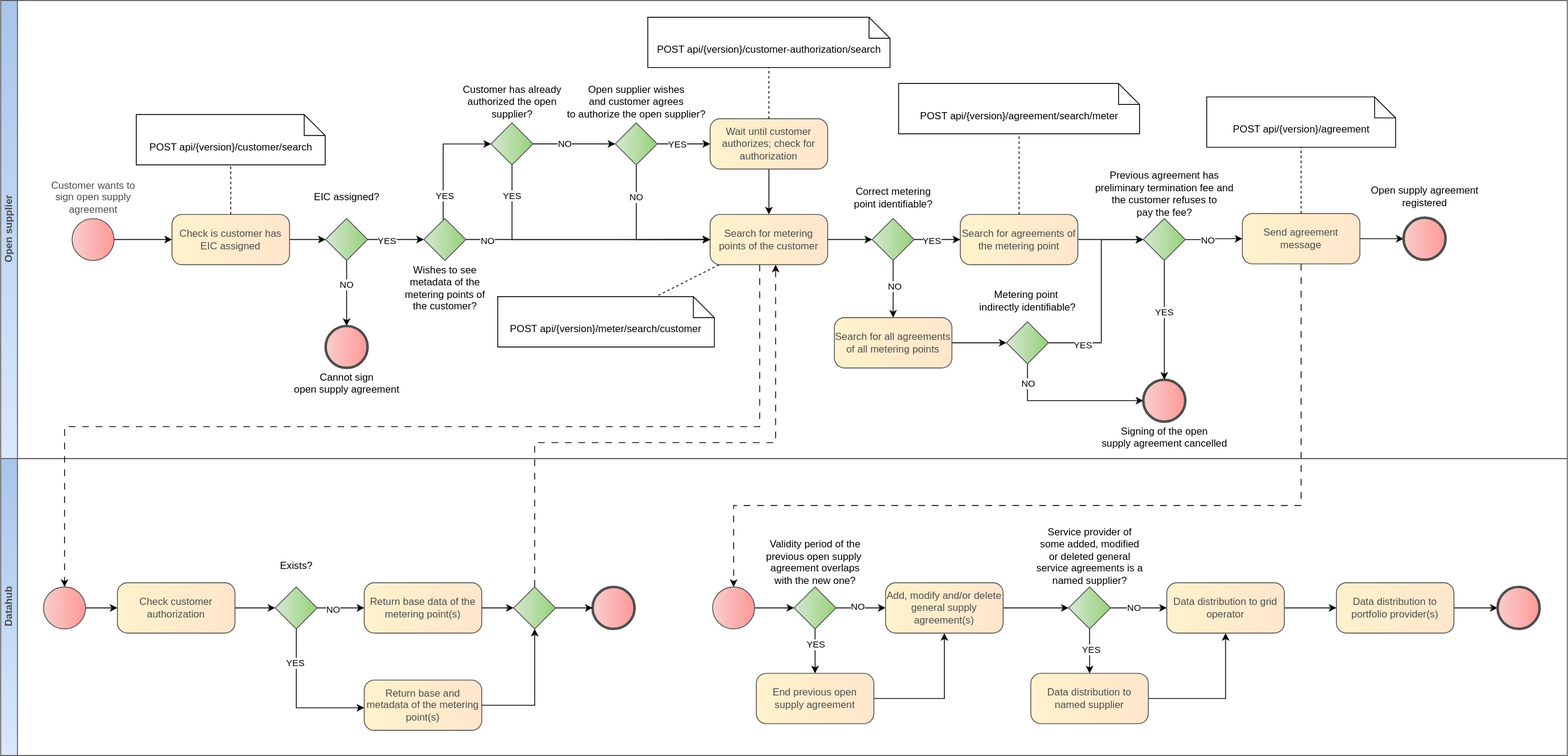
Earlier version of the draw.io export diagrams/agreement-management/register-new-open-supply-agreement.svg (Elering/estfeed-datahub-docs). Source tidied: cells renumbered, new cells last; positions are measured from the earlier drawing's top-left corner, leaving out a move shared by most shapes.
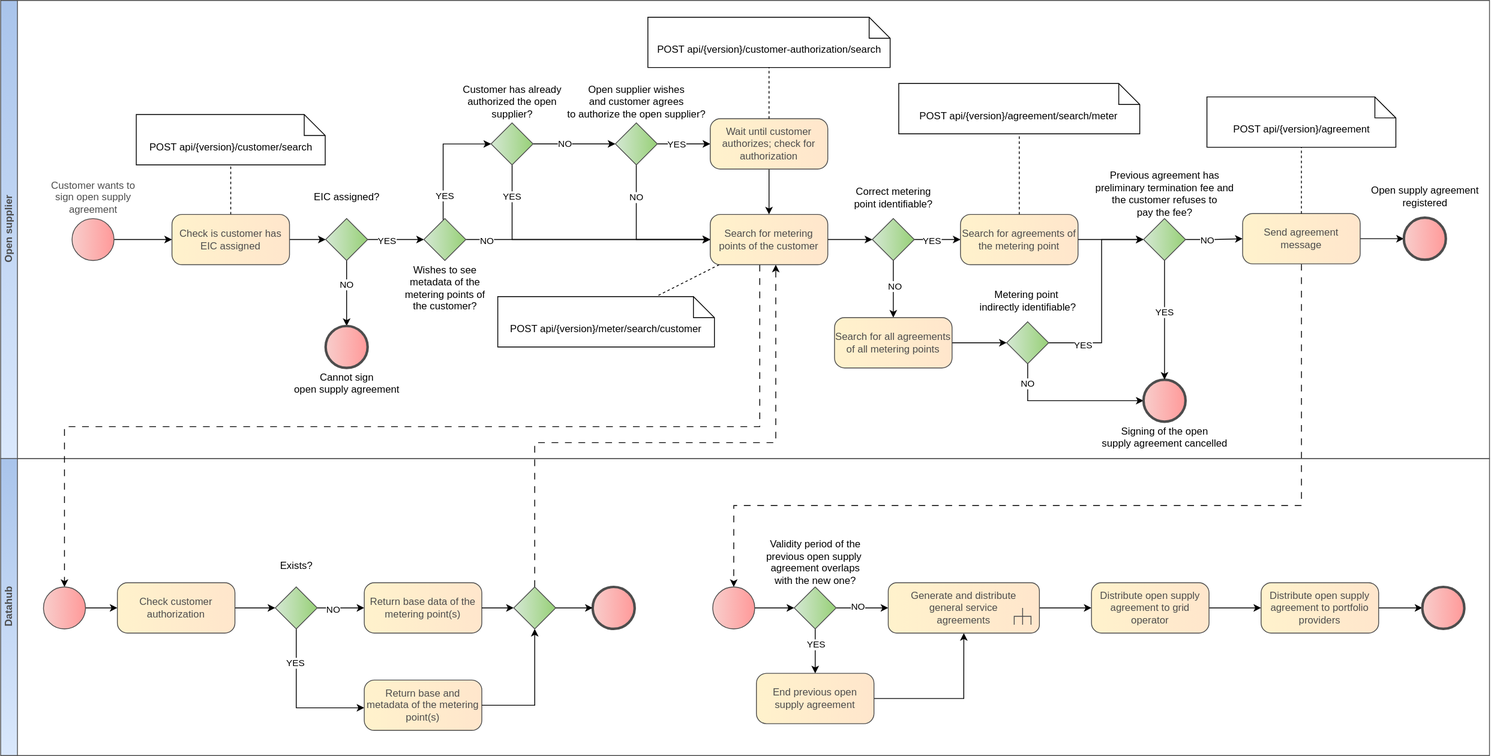
Later version of the same file.

Commit message:
1) Added general service generation process and refactored some other processes 2) Added process for exhanging customer's billing metadada

Diff of the diagram source:
```diff
@@ -38,20 +38,11 @@
       <mxGeometry x="1479" y="254" width="140" height="60" as="geometry" />
     </mxCell>
     <mxCell id="12" value="Open supplier" style="swimlane;html=1;horizontal=0;startSize=20;strokeColor=#4D4D4D;fillColor=#dae8fc;fontColor=#4D4D4D;gradientColor=#A9C4EB;gradientDirection=north;rotation=0;" parent="1" vertex="1">
-      <mxGeometry width="1866" height="546" as="geometry" />
+      <mxGeometry width="1773" height="546" as="geometry" />
     </mxCell>
     <mxCell id="13" value="Datahub" style="swimlane;html=1;horizontal=0;startSize=20;strokeColor=#4D4D4D;fillColor=#dae8fc;fontColor=#4D4D4D;gradientColor=#A9C4EB;gradientDirection=north;rotation=0;" parent="1" vertex="1">
-      <mxGeometry y="546" width="1866" height="354" as="geometry" />
+      <mxGeometry y="546" width="1773" height="354" as="geometry" />
     </mxCell>
-    <mxCell id="14" style="points=[[0.145,0.145,0],[0.5,0,0],[0.855,0.145,0],[1,0.5,0],[0.855,0.855,0],[0.5,1,0],[0.145,0.855,0],[0,0.5,0]];shape=mxgraph.bpmn.event;html=1;verticalLabelPosition=top;labelBackgroundColor=#ffffff;verticalAlign=middle;align=center;perimeter=ellipsePerimeter;outlineConnect=0;outline=end;symbol=terminate2;fontFamily=Helvetica;fontSize=12;fontColor=#000000;fillColor=#f8cecc;strokeColor=#4D4D4D;rounded=1;shadow=0;strokeWidth=1;gradientColor=#FF9999;gradientDirection=east;spacing=0;spacingTop=0;spacingLeft=0;spacingBottom=0;labelPosition=center;" parent="13" vertex="1">
-      <mxGeometry x="705" y="153" width="50" height="50" as="geometry" />
-    </mxCell>
-    <mxCell id="15" style="points=[[0.25,0.25,0],[0.5,0,0],[0.75,0.25,0],[1,0.5,0],[0.75,0.75,0],[0.5,1,0],[0.25,0.75,0],[0,0.5,0]];shape=mxgraph.bpmn.gateway2;html=1;verticalLabelPosition=top;labelBackgroundColor=#ffffff;verticalAlign=middle;align=center;perimeter=rhombusPerimeter;outlineConnect=0;outline=none;symbol=none;fontFamily=Helvetica;fontSize=12;fontColor=#000000;fillColor=#D5E8D4;strokeColor=#4D4D4D;rounded=0;shadow=0;gradientColor=#97D077;gradientDirection=east;spacing=0;labelPosition=center;" parent="13" vertex="1">
-      <mxGeometry x="611" y="153" width="50" height="50" as="geometry" />
-    </mxCell>
-    <mxCell id="16" style="edgeStyle=orthogonalEdgeStyle;rounded=0;jettySize=auto;html=1;" parent="13" edge="1" source="15" target="14">
-      <mxGeometry relative="1" as="geometry" />
-    </mxCell>
     <mxCell id="17" value="Open supply agreement&lt;br&gt;registered" style="points=[[0.145,0.145,0],[0.5,0,0],[0.855,0.145,0],[1,0.5,0],[0.855,0.855,0],[0.5,1,0],[0.145,0.855,0],[0,0.5,0]];shape=mxgraph.bpmn.event;html=1;verticalLabelPosition=top;labelBackgroundColor=#ffffff;verticalAlign=middle;align=center;perimeter=ellipsePerimeter;outlineConnect=0;outline=end;symbol=terminate2;fontFamily=Helvetica;fontSize=12;fontColor=#000000;fillColor=#f8cecc;strokeColor=#4D4D4D;rounded=1;shadow=0;strokeWidth=1;gradientColor=#FF9999;gradientDirection=east;spacing=0;spacingTop=0;spacingLeft=0;spacingBottom=0;labelPosition=center;" parent="1" vertex="1">
       <mxGeometry x="1671" y="259" width="50" height="50" as="geometry" />
     </mxCell>
@@ -298,7 +289,7 @@
     <mxCell id="85" value="YES" style="edgeLabel;html=1;align=center;verticalAlign=middle;" parent="84" vertex="1">
       <mxGeometry x="-0.28" relative="1" as="geometry" />
     </mxCell>
-    <mxCell id="86" style="edgeStyle=orthogonalEdgeStyle;rounded=0;jettySize=auto;html=1;" parent="1" edge="1" source="88" target="92">
+    <mxCell id="86" style="edgeStyle=orthogonalEdgeStyle;rounded=0;jettySize=auto;html=1;entryX=0;entryY=0.5;entryDx=0;entryDy=0;entryPerimeter=0;" parent="1" edge="1" source="88" target="109">
       <mxGeometry relative="1" as="geometry" />
     </mxCell>
     <mxCell id="87" value="NO" style="edgeLabel;html=1;align=center;verticalAlign=middle;" parent="86" vertex="1">
@@ -307,53 +298,26 @@
     <mxCell id="88" value="Validity period of the&lt;br&gt;previous open supply&amp;nbsp;&lt;br&gt;agreement overlaps&lt;br&gt;with the new one?" style="points=[[0.25,0.25,0],[0.5,0,0],[0.75,0.25,0],[1,0.5,0],[0.75,0.75,0],[0.5,1,0],[0.25,0.75,0],[0,0.5,0]];shape=mxgraph.bpmn.gateway2;html=1;verticalLabelPosition=top;labelBackgroundColor=#ffffff;verticalAlign=bottom;align=center;perimeter=rhombusPerimeter;outlineConnect=0;outline=none;symbol=none;fontFamily=Helvetica;fontSize=12;fontColor=#000000;fillColor=#D5E8D4;strokeColor=#4D4D4D;rounded=0;shadow=0;gradientColor=#97D077;gradientDirection=east;spacing=0;labelPosition=center;" parent="1" vertex="1">
       <mxGeometry x="945" y="699" width="50" height="50" as="geometry" />
     </mxCell>
-    <mxCell id="89" style="edgeStyle=orthogonalEdgeStyle;rounded=0;jettySize=auto;html=1;" parent="1" edge="1" source="90" target="92">
+    <mxCell id="89" style="edgeStyle=orthogonalEdgeStyle;rounded=0;jettySize=auto;html=1;entryX=0.5;entryY=1;entryDx=0;entryDy=0;entryPerimeter=0;" parent="1" edge="1" source="90" target="109">
       <mxGeometry relative="1" as="geometry" />
     </mxCell>
     <mxCell id="90" value="End previous open supply agreement" style="rounded=1;whiteSpace=wrap;html=1;arcSize=20;fillColor=#fff2cc;strokeColor=#4D4D4D;shadow=0;fontColor=#4D4D4D;gradientColor=#FFE6CC;gradientDirection=east;glass=0;backgroundOutline=0;enumerate=0;labelBackgroundColor=none;labelBorderColor=none;strokeWidth=1;" parent="1" vertex="1">
       <mxGeometry x="900" y="802" width="140" height="60" as="geometry" />
     </mxCell>
-    <mxCell id="91" style="edgeStyle=orthogonalEdgeStyle;rounded=0;jettySize=auto;html=1;" parent="1" edge="1" source="92" target="97">
-      <mxGeometry relative="1" as="geometry" />
-    </mxCell>
-    <mxCell id="92" value="Add, modify and/or delete general supply agreement(s)" style="rounded=1;whiteSpace=wrap;html=1;arcSize=20;fillColor=#fff2cc;strokeColor=#4D4D4D;shadow=0;fontColor=#4D4D4D;gradientColor=#FFE6CC;gradientDirection=east;glass=0;backgroundOutline=0;enumerate=0;labelBackgroundColor=none;labelBorderColor=none;strokeWidth=1;" parent="1" vertex="1">
-      <mxGeometry x="1054" y="694" width="140" height="60" as="geometry" />
-    </mxCell>
-    <mxCell id="93" style="edgeStyle=orthogonalEdgeStyle;rounded=0;jettySize=auto;html=1;" parent="1" edge="1" source="97" target="101">
-      <mxGeometry relative="1" as="geometry" />
-    </mxCell>
-    <mxCell id="94" value="YES" style="edgeLabel;html=1;align=center;verticalAlign=middle;" parent="93" vertex="1">
-      <mxGeometry x="-0.09" y="1" relative="1" as="geometry" />
-    </mxCell>
-    <mxCell id="95" style="edgeStyle=orthogonalEdgeStyle;rounded=0;jettySize=auto;html=1;" parent="1" edge="1" source="97" target="103">
-      <mxGeometry relative="1" as="geometry" />
-    </mxCell>
-    <mxCell id="96" value="NO" style="edgeLabel;html=1;align=center;verticalAlign=middle;" parent="95" vertex="1">
-      <mxGeometry x="-0.17" y="1" relative="1" as="geometry" />
-    </mxCell>
-    <mxCell id="97" value="Service provider of&lt;br style=&quot;border-color: var(--border-color);&quot;&gt;some added, modified&lt;br&gt;or deleted general&lt;br style=&quot;border-color: var(--border-color);&quot;&gt;service agreements is a&lt;br style=&quot;border-color: var(--border-color);&quot;&gt;named supplier?" style="points=[[0.25,0.25,0],[0.5,0,0],[0.75,0.25,0],[1,0.5,0],[0.75,0.75,0],[0.5,1,0],[0.25,0.75,0],[0,0.5,0]];shape=mxgraph.bpmn.gateway2;html=1;verticalLabelPosition=top;labelBackgroundColor=#ffffff;verticalAlign=bottom;align=center;perimeter=rhombusPerimeter;outlineConnect=0;outline=none;symbol=none;fontFamily=Helvetica;fontSize=12;fontColor=#000000;fillColor=#D5E8D4;strokeColor=#4D4D4D;rounded=0;shadow=0;gradientColor=#97D077;gradientDirection=east;spacing=0;labelPosition=center;" parent="1" vertex="1">
-      <mxGeometry x="1272" y="699" width="50" height="50" as="geometry" />
-    </mxCell>
     <mxCell id="98" style="edgeStyle=orthogonalEdgeStyle;rounded=0;jettySize=auto;html=1;" parent="1" edge="1" source="99" target="104">
       <mxGeometry relative="1" as="geometry" />
     </mxCell>
-    <mxCell id="99" value="Data distribution to portfolio provider(s)" style="rounded=1;whiteSpace=wrap;html=1;arcSize=20;fillColor=#fff2cc;strokeColor=#4D4D4D;shadow=0;fontColor=#4D4D4D;gradientColor=#FFE6CC;gradientDirection=east;glass=0;backgroundOutline=0;enumerate=0;labelBackgroundColor=none;labelBorderColor=none;strokeWidth=1;" parent="1" vertex="1">
-      <mxGeometry x="1591" y="694" width="140" height="60" as="geometry" />
+    <mxCell id="99" value="Distribute open supply agreement to portfolio providers" style="rounded=1;whiteSpace=wrap;html=1;arcSize=20;fillColor=#fff2cc;strokeColor=#4D4D4D;shadow=0;fontColor=#4D4D4D;gradientColor=#FFE6CC;gradientDirection=east;glass=0;backgroundOutline=0;enumerate=0;labelBackgroundColor=none;labelBorderColor=none;strokeWidth=1;" parent="1" vertex="1">
+      <mxGeometry x="1501" y="694" width="140" height="60" as="geometry" />
     </mxCell>
-    <mxCell id="100" style="edgeStyle=orthogonalEdgeStyle;rounded=0;jettySize=auto;html=1;" parent="1" edge="1" source="101" target="103">
-      <mxGeometry relative="1" as="geometry" />
-    </mxCell>
-    <mxCell id="101" value="Data distribution to named supplier" style="rounded=1;whiteSpace=wrap;html=1;arcSize=20;fillColor=#fff2cc;strokeColor=#4D4D4D;shadow=0;fontColor=#4D4D4D;gradientColor=#FFE6CC;gradientDirection=east;glass=0;backgroundOutline=0;enumerate=0;labelBackgroundColor=none;labelBorderColor=none;strokeWidth=1;" parent="1" vertex="1">
-      <mxGeometry x="1227" y="802" width="140" height="60" as="geometry" />
-    </mxCell>
     <mxCell id="102" style="edgeStyle=orthogonalEdgeStyle;rounded=0;jettySize=auto;html=1;" parent="1" edge="1" source="103" target="99">
       <mxGeometry relative="1" as="geometry" />
     </mxCell>
-    <mxCell id="103" value="Data distribution to grid operator" style="rounded=1;whiteSpace=wrap;html=1;arcSize=20;fillColor=#fff2cc;strokeColor=#4D4D4D;shadow=0;fontColor=#4D4D4D;gradientColor=#FFE6CC;gradientDirection=east;glass=0;backgroundOutline=0;enumerate=0;labelBackgroundColor=none;labelBorderColor=none;strokeWidth=1;" parent="1" vertex="1">
-      <mxGeometry x="1389" y="694" width="140" height="60" as="geometry" />
+    <mxCell id="103" value="Distribute open supply agreement to grid operator" style="rounded=1;whiteSpace=wrap;html=1;arcSize=20;fillColor=#fff2cc;strokeColor=#4D4D4D;shadow=0;fontColor=#4D4D4D;gradientColor=#FFE6CC;gradientDirection=east;glass=0;backgroundOutline=0;enumerate=0;labelBackgroundColor=none;labelBorderColor=none;strokeWidth=1;" parent="1" vertex="1">
+      <mxGeometry x="1299" y="694" width="140" height="60" as="geometry" />
     </mxCell>
     <mxCell id="104" style="points=[[0.145,0.145,0],[0.5,0,0],[0.855,0.145,0],[1,0.5,0],[0.855,0.855,0],[0.5,1,0],[0.145,0.855,0],[0,0.5,0]];shape=mxgraph.bpmn.event;html=1;verticalLabelPosition=top;labelBackgroundColor=#ffffff;verticalAlign=middle;align=center;perimeter=ellipsePerimeter;outlineConnect=0;outline=end;symbol=terminate2;fontFamily=Helvetica;fontSize=12;fontColor=#000000;fillColor=#f8cecc;strokeColor=#4D4D4D;rounded=1;shadow=0;strokeWidth=1;gradientColor=#FF9999;gradientDirection=east;spacing=0;spacingTop=0;spacingLeft=0;spacingBottom=0;labelPosition=center;" parent="1" vertex="1">
-      <mxGeometry x="1783" y="699" width="50" height="50" as="geometry" />
+      <mxGeometry x="1693" y="699" width="50" height="50" as="geometry" />
     </mxCell>
     <mxCell id="105" value="Return base and metadata of the metering point(s)" style="rounded=1;whiteSpace=wrap;html=1;arcSize=20;fillColor=#fff2cc;strokeColor=#4D4D4D;shadow=0;fontColor=#4D4D4D;gradientColor=#FFE6CC;gradientDirection=east;glass=0;backgroundOutline=0;enumerate=0;labelBackgroundColor=none;labelBorderColor=none;strokeWidth=1;" parent="1" vertex="1">
       <mxGeometry x="433" y="810" width="140" height="60" as="geometry" />
@@ -368,5 +332,20 @@
         </Array>
       </mxGeometry>
     </mxCell>
+    <mxCell id="108" style="edgeStyle=orthogonalEdgeStyle;rounded=0;jettySize=auto;html=1;entryX=0;entryY=0.5;entryDx=0;entryDy=0;" parent="1" edge="1" source="109" target="103">
+      <mxGeometry relative="1" as="geometry" />
+    </mxCell>
+    <mxCell id="14" style="points=[[0.145,0.145,0],[0.5,0,0],[0.855,0.145,0],[1,0.5,0],[0.855,0.855,0],[0.5,1,0],[0.145,0.855,0],[0,0.5,0]];shape=mxgraph.bpmn.event;html=1;verticalLabelPosition=top;labelBackgroundColor=#ffffff;verticalAlign=middle;align=center;perimeter=ellipsePerimeter;outlineConnect=0;outline=end;symbol=terminate2;fontFamily=Helvetica;fontSize=12;fontColor=#000000;fillColor=#f8cecc;strokeColor=#4D4D4D;rounded=1;shadow=0;strokeWidth=1;gradientColor=#FF9999;gradientDirection=east;spacing=0;spacingTop=0;spacingLeft=0;spacingBottom=0;labelPosition=center;" parent="1" vertex="1">
+      <mxGeometry x="705" y="699" width="50" height="50" as="geometry" />
+    </mxCell>
+    <mxCell id="15" style="points=[[0.25,0.25,0],[0.5,0,0],[0.75,0.25,0],[1,0.5,0],[0.75,0.75,0],[0.5,1,0],[0.25,0.75,0],[0,0.5,0]];shape=mxgraph.bpmn.gateway2;html=1;verticalLabelPosition=top;labelBackgroundColor=#ffffff;verticalAlign=middle;align=center;perimeter=rhombusPerimeter;outlineConnect=0;outline=none;symbol=none;fontFamily=Helvetica;fontSize=12;fontColor=#000000;fillColor=#D5E8D4;strokeColor=#4D4D4D;rounded=0;shadow=0;gradientColor=#97D077;gradientDirection=east;spacing=0;labelPosition=center;" parent="1" vertex="1">
+      <mxGeometry x="611" y="699" width="50" height="50" as="geometry" />
+    </mxCell>
+    <mxCell id="16" style="edgeStyle=orthogonalEdgeStyle;rounded=0;jettySize=auto;html=1;" parent="1" edge="1" source="15" target="14">
+      <mxGeometry relative="1" as="geometry" />
+    </mxCell>
+    <mxCell id="109" value="Generate and distribute general service agreements" style="html=1;shape=mxgraph.sysml.callBehAct;whiteSpace=wrap;align=center;strokeColor=#4D4D4D;fillColor=#fff2cc;rounded=1;arcSize=40;shadow=0;spacingLeft=20;spacingRight=20;fontColor=#4D4D4D;gradientColor=#FFE6CC;gradientDirection=east;glass=0;labelBackgroundColor=none;labelBorderColor=none;" parent="1" vertex="1">
+      <mxGeometry x="1057" y="694" width="180" height="60" as="geometry" />
+    </mxCell>
   </root>
 </mxGraphModel>
```
